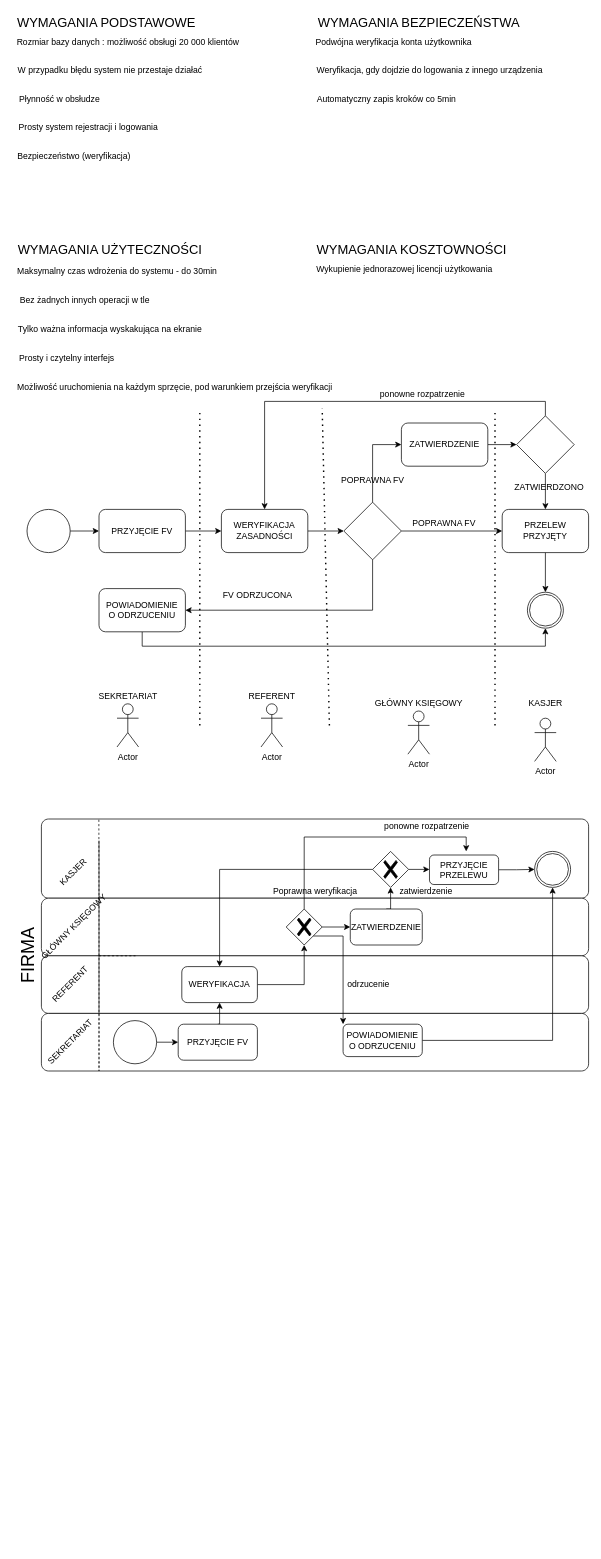
The draw.io diagram Untitled Diagram.drawio in Man1exter/wifiFinder, before the edit. Source tidied: cells renumbered, new cells numbered last; positions are measured from the earlier drawing's top-left corner, leaving out a move shared by most shapes. Both pictures are drawn from the tidied source at 72%, with x=0, y=0 at pixel (5, 12).
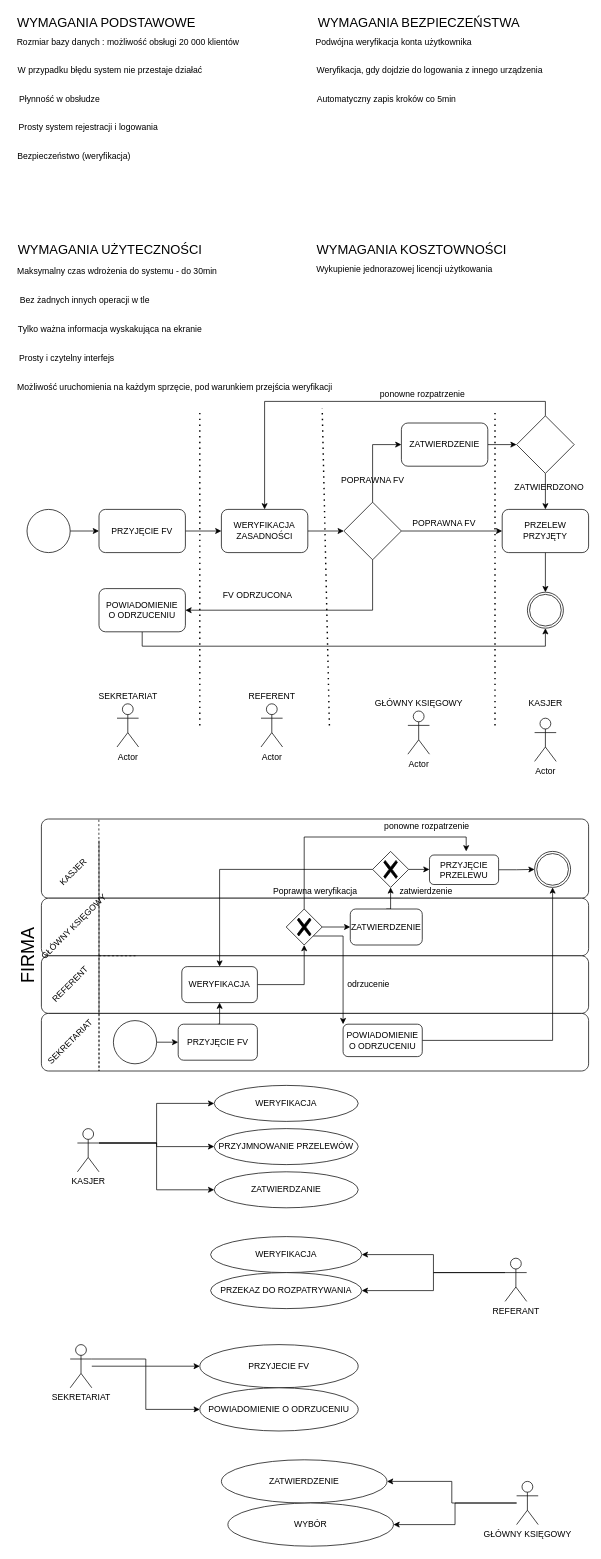
After the change.

Commit message:
SAVE AS FILE WITH COMPLETE GUIDE

The edit, as a diff of the source:
```diff
@@
+    <mxCell id="91" style="edgeStyle=orthogonalEdgeStyle;rounded=0;jettySize=auto;html=1;exitX=1;exitY=0.3333333333333333;exitDx=0;exitDy=0;exitPerimeter=0;entryX=0;entryY=0.5;entryDx=0;entryDy=0;fontSize=12;" parent="1" edge="1" source="94" target="104">
+      <mxGeometry relative="1" as="geometry" />
+    </mxCell>
+    <mxCell id="92" style="edgeStyle=orthogonalEdgeStyle;rounded=0;jettySize=auto;html=1;exitX=1;exitY=0.3333333333333333;exitDx=0;exitDy=0;exitPerimeter=0;entryX=0;entryY=0.5;entryDx=0;entryDy=0;fontSize=12;" parent="1" edge="1" source="94" target="105">
+      <mxGeometry relative="1" as="geometry" />
+    </mxCell>
+    <mxCell id="93" style="edgeStyle=orthogonalEdgeStyle;rounded=0;jettySize=auto;html=1;exitX=1;exitY=0.3333333333333333;exitDx=0;exitDy=0;exitPerimeter=0;entryX=0;entryY=0.5;entryDx=0;entryDy=0;fontSize=12;" parent="1" edge="1" source="94" target="106">
+      <mxGeometry relative="1" as="geometry" />
+    </mxCell>
+    <mxCell id="94" value="KASJER" style="shape=umlActor;verticalLabelPosition=bottom;verticalAlign=top;html=1;outlineConnect=0;fontSize=12;" parent="1" vertex="1">
+      <mxGeometry x="100" y="1550" width="30" height="60" as="geometry" />
+    </mxCell>
+    <mxCell id="95" style="edgeStyle=orthogonalEdgeStyle;rounded=0;jettySize=auto;html=1;exitX=0;exitY=0.3333333333333333;exitDx=0;exitDy=0;exitPerimeter=0;entryX=1;entryY=0.5;entryDx=0;entryDy=0;fontSize=12;" parent="1" edge="1" source="97" target="107">
+      <mxGeometry relative="1" as="geometry" />
+    </mxCell>
+    <mxCell id="96" style="edgeStyle=orthogonalEdgeStyle;rounded=0;jettySize=auto;html=1;exitX=0;exitY=0.3333333333333333;exitDx=0;exitDy=0;entryX=1;entryY=0.5;entryDx=0;entryDy=0;fontSize=12;exitPerimeter=0;" parent="1" edge="1" source="97" target="108">
+      <mxGeometry relative="1" as="geometry" />
+    </mxCell>
+    <mxCell id="97" value="REFERANT" style="shape=umlActor;verticalLabelPosition=bottom;verticalAlign=top;html=1;outlineConnect=0;fontSize=12;" parent="1" vertex="1">
+      <mxGeometry x="694" y="1730" width="30" height="60" as="geometry" />
+    </mxCell>
+    <mxCell id="98" style="edgeStyle=orthogonalEdgeStyle;rounded=0;jettySize=auto;html=1;exitX=1;exitY=0.3333333333333333;exitDx=0;exitDy=0;exitPerimeter=0;entryX=0;entryY=0.5;entryDx=0;entryDy=0;fontSize=12;" parent="1" edge="1" source="100" target="109">
+      <mxGeometry relative="1" as="geometry" />
+    </mxCell>
+    <mxCell id="99" style="edgeStyle=orthogonalEdgeStyle;rounded=0;jettySize=auto;html=1;entryX=0;entryY=0.5;entryDx=0;entryDy=0;fontSize=12;" parent="1" edge="1" source="100" target="110">
+      <mxGeometry relative="1" as="geometry" />
+    </mxCell>
+    <mxCell id="100" value="SEKRETARIAT" style="shape=umlActor;verticalLabelPosition=bottom;verticalAlign=top;html=1;outlineConnect=0;fontSize=12;" parent="1" vertex="1">
+      <mxGeometry x="90" y="1850" width="30" height="60" as="geometry" />
+    </mxCell>
+    <mxCell id="101" style="edgeStyle=orthogonalEdgeStyle;rounded=0;jettySize=auto;html=1;entryX=1;entryY=0.5;entryDx=0;entryDy=0;fontSize=12;" parent="1" edge="1" source="103" target="111">
+      <mxGeometry relative="1" as="geometry" />
+    </mxCell>
+    <mxCell id="102" style="edgeStyle=orthogonalEdgeStyle;rounded=0;jettySize=auto;html=1;entryX=1;entryY=0.5;entryDx=0;entryDy=0;fontSize=12;" parent="1" edge="1" source="103" target="112">
+      <mxGeometry relative="1" as="geometry" />
+    </mxCell>
+    <mxCell id="103" value="GŁÓWNY KSIĘGOWY" style="shape=umlActor;verticalLabelPosition=bottom;verticalAlign=top;html=1;outlineConnect=0;fontSize=12;" parent="1" vertex="1">
+      <mxGeometry x="710" y="2040" width="30" height="60" as="geometry" />
+    </mxCell>
+    <mxCell id="104" value="WERYFIKACJA" style="ellipse;whiteSpace=wrap;html=1;fontSize=12;" parent="1" vertex="1">
+      <mxGeometry x="290" y="1490" width="200" height="50" as="geometry" />
+    </mxCell>
+    <mxCell id="105" value="PRZYJMNOWANIE PRZELEWÓW" style="ellipse;whiteSpace=wrap;html=1;fontSize=12;" parent="1" vertex="1">
+      <mxGeometry x="290" y="1550" width="200" height="50" as="geometry" />
+    </mxCell>
+    <mxCell id="106" value="ZATWIERDZANIE" style="ellipse;whiteSpace=wrap;html=1;fontSize=12;" parent="1" vertex="1">
+      <mxGeometry x="290" y="1610" width="200" height="50" as="geometry" />
+    </mxCell>
+    <mxCell id="107" value="WERYFIKACJA" style="ellipse;whiteSpace=wrap;html=1;fontSize=12;" parent="1" vertex="1">
+      <mxGeometry x="285" y="1700" width="210" height="50" as="geometry" />
+    </mxCell>
+    <mxCell id="108" value="PRZEKAZ DO ROZPATRYWANIA" style="ellipse;whiteSpace=wrap;html=1;fontSize=12;" parent="1" vertex="1">
+      <mxGeometry x="285" y="1750" width="210" height="50" as="geometry" />
+    </mxCell>
+    <mxCell id="109" value="PRZYJECIE FV" style="ellipse;whiteSpace=wrap;html=1;fontSize=12;" parent="1" vertex="1">
+      <mxGeometry x="270" y="1850" width="220" height="60" as="geometry" />
+    </mxCell>
+    <mxCell id="110" value="POWIADOMIENIE O ODRZUCENIU" style="ellipse;whiteSpace=wrap;html=1;fontSize=12;" parent="1" vertex="1">
+      <mxGeometry x="270" y="1910" width="220" height="60" as="geometry" />
+    </mxCell>
+    <mxCell id="111" value="ZATWIERDZENIE" style="ellipse;whiteSpace=wrap;html=1;fontSize=12;" parent="1" vertex="1">
+      <mxGeometry x="300" y="2010" width="230" height="60" as="geometry" />
+    </mxCell>
+    <mxCell id="112" value="WYBÓR" style="ellipse;whiteSpace=wrap;html=1;fontSize=12;" parent="1" vertex="1">
+      <mxGeometry x="309" y="2070" width="230" height="60" as="geometry" />
+    </mxCell>
```
